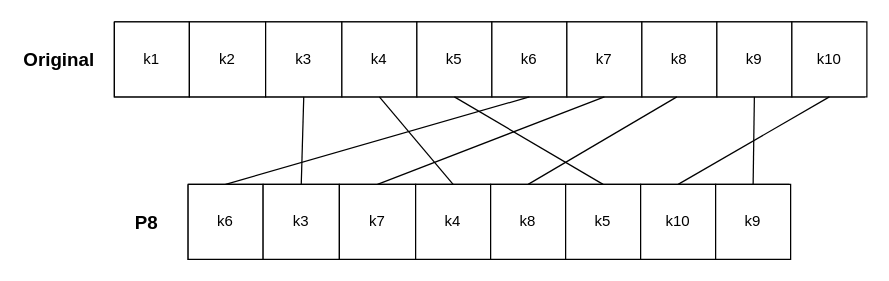
Above: public/img/simpleDesPage/drawio/P8.drawio in hejzlzd1/EducrypterUHK (draw.io), before the change. Source tidied: cells renumbered, new cells numbered last; positions are measured from the earlier drawing's top-left corner, leaving out a move shared by most shapes. Both pictures are drawn from the tidied source at 125%, with x=0, y=0 at pixel (21, 21).
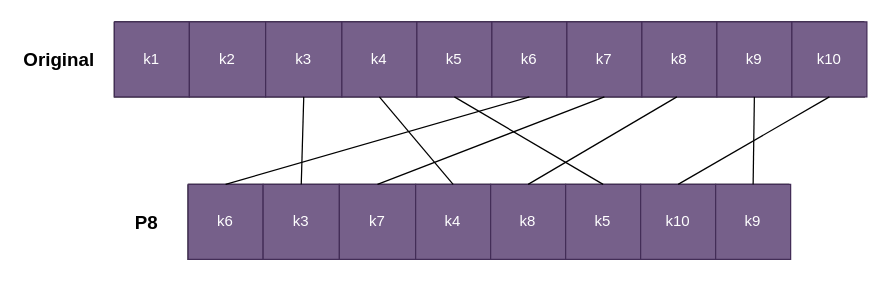
Above is the later version.

The change refers to these unchanged cells:
```xml
<mxCell id="2" style="swimlane;startSize=0;" parent="1" vertex="1">
  <mxGeometry x="74" width="600" height="60" as="geometry" />
</mxCell>
<mxCell id="13" style="swimlane;startSize=0;" parent="1" vertex="1">
  <mxGeometry x="133" y="130" width="481" height="60" as="geometry" />
</mxCell>
```

The edit, as a diff of the source:
```diff
@@
-    <mxCell id="3" value="k1" style="rounded=0;whiteSpace=wrap;html=1;" parent="2" vertex="1">
+    <mxCell id="3" value="k1" style="rounded=0;whiteSpace=wrap;html=1;fillColor=#76608a;fontColor=#ffffff;strokeColor=#432D57;" parent="2" vertex="1">
       <mxGeometry width="60" height="60" as="geometry" />
     </mxCell>
-    <mxCell id="4" value="k2" style="rounded=0;whiteSpace=wrap;html=1;" parent="2" vertex="1">
+    <mxCell id="4" value="k2" style="rounded=0;whiteSpace=wrap;html=1;fillColor=#76608a;fontColor=#ffffff;strokeColor=#432D57;" parent="2" vertex="1">
       <mxGeometry x="60" width="61" height="60" as="geometry" />
     </mxCell>
-    <mxCell id="5" value="k3" style="rounded=0;whiteSpace=wrap;html=1;" parent="2" vertex="1">
+    <mxCell id="5" value="k3" style="rounded=0;whiteSpace=wrap;html=1;fillColor=#76608a;fontColor=#ffffff;strokeColor=#432D57;" parent="2" vertex="1">
       <mxGeometry x="121" width="61" height="60" as="geometry" />
     </mxCell>
-    <mxCell id="6" value="k4" style="rounded=0;whiteSpace=wrap;html=1;" parent="2" vertex="1">
+    <mxCell id="6" value="k4" style="rounded=0;whiteSpace=wrap;html=1;fillColor=#76608a;fontColor=#ffffff;strokeColor=#432D57;" parent="2" vertex="1">
       <mxGeometry x="182" width="60" height="60" as="geometry" />
     </mxCell>
-    <mxCell id="7" value="k5" style="rounded=0;whiteSpace=wrap;html=1;" parent="2" vertex="1">
+    <mxCell id="7" value="k5" style="rounded=0;whiteSpace=wrap;html=1;fillColor=#76608a;fontColor=#ffffff;strokeColor=#432D57;" parent="2" vertex="1">
       <mxGeometry x="242" width="60" height="60" as="geometry" />
     </mxCell>
-    <mxCell id="8" value="k6" style="rounded=0;whiteSpace=wrap;html=1;" parent="2" vertex="1">
+    <mxCell id="8" value="k6" style="rounded=0;whiteSpace=wrap;html=1;fillColor=#76608a;fontColor=#ffffff;strokeColor=#432D57;" parent="2" vertex="1">
       <mxGeometry x="302" width="60" height="60" as="geometry" />
     </mxCell>
-    <mxCell id="9" value="k7" style="rounded=0;whiteSpace=wrap;html=1;" parent="2" vertex="1">
+    <mxCell id="9" value="k7" style="rounded=0;whiteSpace=wrap;html=1;fillColor=#76608a;fontColor=#ffffff;strokeColor=#432D57;" parent="2" vertex="1">
       <mxGeometry x="362" width="60" height="60" as="geometry" />
     </mxCell>
-    <mxCell id="10" value="k8" style="rounded=0;whiteSpace=wrap;html=1;" parent="2" vertex="1">
+    <mxCell id="10" value="k8" style="rounded=0;whiteSpace=wrap;html=1;fillColor=#76608a;fontColor=#ffffff;strokeColor=#432D57;" parent="2" vertex="1">
       <mxGeometry x="422" width="60" height="60" as="geometry" />
     </mxCell>
-    <mxCell id="11" value="k9" style="rounded=0;whiteSpace=wrap;html=1;" parent="2" vertex="1">
+    <mxCell id="11" value="k9" style="rounded=0;whiteSpace=wrap;html=1;fillColor=#76608a;fontColor=#ffffff;strokeColor=#432D57;" parent="2" vertex="1">
       <mxGeometry x="482" width="60" height="60" as="geometry" />
     </mxCell>
-    <mxCell id="12" value="k10&lt;br&gt;" style="rounded=0;whiteSpace=wrap;html=1;" parent="2" vertex="1">
+    <mxCell id="12" value="k10&lt;br&gt;" style="rounded=0;whiteSpace=wrap;html=1;fillColor=#76608a;fontColor=#ffffff;strokeColor=#432D57;" parent="2" vertex="1">
       <mxGeometry x="542" width="60" height="60" as="geometry" />
     </mxCell>
@@
-    <mxCell id="14" value="k6" style="rounded=0;whiteSpace=wrap;html=1;" parent="13" vertex="1">
+    <mxCell id="14" value="k6" style="rounded=0;whiteSpace=wrap;html=1;fillColor=#76608a;fontColor=#ffffff;strokeColor=#432D57;" parent="13" vertex="1">
       <mxGeometry width="60" height="60" as="geometry" />
     </mxCell>
-    <mxCell id="15" value="k3" style="rounded=0;whiteSpace=wrap;html=1;" parent="13" vertex="1">
+    <mxCell id="15" value="k3" style="rounded=0;whiteSpace=wrap;html=1;fillColor=#76608a;fontColor=#ffffff;strokeColor=#432D57;" parent="13" vertex="1">
       <mxGeometry x="60" width="61" height="60" as="geometry" />
     </mxCell>
-    <mxCell id="16" value="k7" style="rounded=0;whiteSpace=wrap;html=1;" parent="13" vertex="1">
+    <mxCell id="16" value="k7" style="rounded=0;whiteSpace=wrap;html=1;fillColor=#76608a;fontColor=#ffffff;strokeColor=#432D57;" parent="13" vertex="1">
       <mxGeometry x="121" width="61" height="60" as="geometry" />
     </mxCell>
-    <mxCell id="17" value="k4" style="rounded=0;whiteSpace=wrap;html=1;" parent="13" vertex="1">
+    <mxCell id="17" value="k4" style="rounded=0;whiteSpace=wrap;html=1;fillColor=#76608a;fontColor=#ffffff;strokeColor=#432D57;" parent="13" vertex="1">
       <mxGeometry x="182" width="60" height="60" as="geometry" />
     </mxCell>
-    <mxCell id="18" value="k8" style="rounded=0;whiteSpace=wrap;html=1;" parent="13" vertex="1">
+    <mxCell id="18" value="k8" style="rounded=0;whiteSpace=wrap;html=1;fillColor=#76608a;fontColor=#ffffff;strokeColor=#432D57;" parent="13" vertex="1">
       <mxGeometry x="242" width="60" height="60" as="geometry" />
     </mxCell>
-    <mxCell id="19" value="k5" style="rounded=0;whiteSpace=wrap;html=1;" parent="13" vertex="1">
+    <mxCell id="19" value="k5" style="rounded=0;whiteSpace=wrap;html=1;fillColor=#76608a;fontColor=#ffffff;strokeColor=#432D57;" parent="13" vertex="1">
       <mxGeometry x="302" width="60" height="60" as="geometry" />
     </mxCell>
-    <mxCell id="20" value="k10" style="rounded=0;whiteSpace=wrap;html=1;" parent="13" vertex="1">
+    <mxCell id="20" value="k10" style="rounded=0;whiteSpace=wrap;html=1;fillColor=#76608a;fontColor=#ffffff;strokeColor=#432D57;" parent="13" vertex="1">
       <mxGeometry x="362" width="60" height="60" as="geometry" />
     </mxCell>
-    <mxCell id="21" value="k9" style="rounded=0;whiteSpace=wrap;html=1;" parent="13" vertex="1">
+    <mxCell id="21" value="k9" style="rounded=0;whiteSpace=wrap;html=1;fillColor=#76608a;fontColor=#ffffff;strokeColor=#432D57;" parent="13" vertex="1">
       <mxGeometry x="422" width="60" height="60" as="geometry" />
     </mxCell>
```
